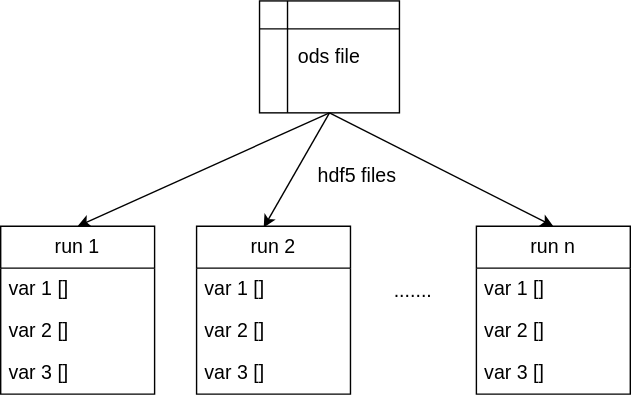
The draw.io diagram doc/assas_data_processing.svg in ke4920/assas_data, before a commit. Source tidied: cells renumbered, new cells last; positions are measured from the earlier drawing's top-left corner, leaving out a move shared by most shapes.
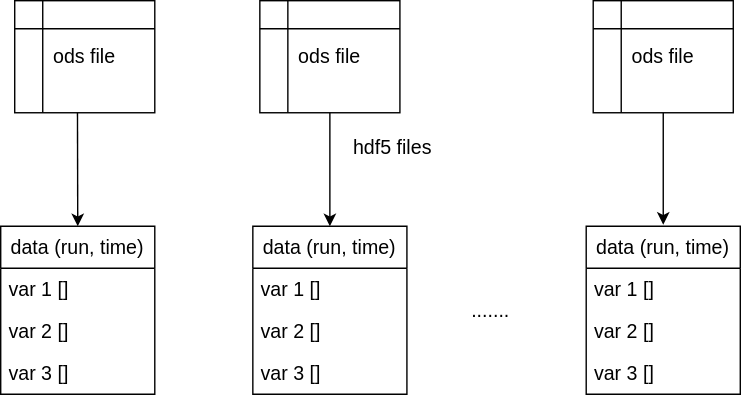
After the change.

Commit message:
added docs for ASTEC data structure

The edit, as a diff of the source:
```diff
@@ -6,18 +6,20 @@
       <mxGeometry x="185" width="100" height="80" as="geometry" />
     </mxCell>
     <mxCell id="3" value="......." style="text;html=1;strokeColor=none;fillColor=none;align=center;verticalAlign=middle;whiteSpace=wrap;rounded=0;fontSize=14;" parent="1" vertex="1">
-      <mxGeometry x="265" y="192" width="60" height="30" as="geometry" />
+      <mxGeometry x="320" y="206" width="60" height="30" as="geometry" />
     </mxCell>
-    <mxCell id="4" style="endArrow=classic;html=1;fontSize=14;exitX=0.5;exitY=1;exitDx=0;exitDy=0;entryX=0.5;entryY=0;entryDx=0;entryDy=0;" parent="1" edge="1" source="2" target="7">
+    <mxCell id="4" style="endArrow=classic;html=1;fontSize=14;exitX=0.448;exitY=0.988;exitDx=0;exitDy=0;entryX=0.5;entryY=0;entryDx=0;entryDy=0;exitPerimeter=0;" parent="1" edge="1" source="20" target="7">
       <mxGeometry relative="1" as="geometry" />
     </mxCell>
-    <mxCell id="5" style="endArrow=classic;html=1;fontSize=14;exitX=0.5;exitY=1;exitDx=0;exitDy=0;entryX=0.436;entryY=0.008;entryDx=0;entryDy=0;entryPerimeter=0;" parent="1" edge="1" source="2" target="11">
+    <mxCell id="5" style="endArrow=classic;html=1;fontSize=14;exitX=0.5;exitY=1;exitDx=0;exitDy=0;entryX=0.5;entryY=0;entryDx=0;entryDy=0;" parent="1" edge="1" source="2" target="11">
       <mxGeometry relative="1" as="geometry" />
     </mxCell>
-    <mxCell id="6" style="endArrow=classic;html=1;fontSize=14;exitX=0.5;exitY=1;exitDx=0;exitDy=0;entryX=0.5;entryY=0;entryDx=0;entryDy=0;" parent="1" edge="1" source="2" target="16">
-      <mxGeometry relative="1" as="geometry" />
+    <mxCell id="6" style="endArrow=classic;html=1;fontSize=14;exitX=0.5;exitY=1;exitDx=0;exitDy=0;" parent="1" edge="1" source="21">
+      <mxGeometry relative="1" as="geometry">
+        <mxPoint x="473" y="160" as="targetPoint" />
+      </mxGeometry>
     </mxCell>
-    <mxCell id="7" value="run 1" style="swimlane;fontStyle=0;horizontal=1;startSize=30;whiteSpace=wrap;html=1;fontSize=14;" parent="1" vertex="1">
+    <mxCell id="7" value="data (run, time)" style="swimlane;fontStyle=0;horizontal=1;startSize=30;whiteSpace=wrap;html=1;fontSize=14;" parent="1" vertex="1">
       <mxGeometry y="161" width="110" height="120" as="geometry" />
     </mxCell>
     <mxCell id="8" value="var 1 []" style="text;strokeColor=none;fillColor=none;align=left;verticalAlign=middle;spacingLeft=4;spacingRight=4;overflow=hidden;whiteSpace=wrap;html=1;fontSize=14;" parent="7" vertex="1">
@@ -29,8 +31,8 @@
     <mxCell id="10" value="var 3 []" style="text;strokeColor=none;fillColor=none;align=left;verticalAlign=middle;spacingLeft=4;spacingRight=4;overflow=hidden;whiteSpace=wrap;html=1;fontSize=14;" parent="7" vertex="1">
       <mxGeometry y="90" width="110" height="30" as="geometry" />
     </mxCell>
-    <mxCell id="11" value="run 2" style="swimlane;fontStyle=0;horizontal=1;startSize=30;whiteSpace=wrap;html=1;fontSize=14;" parent="1" vertex="1">
-      <mxGeometry x="140" y="161" width="110" height="120" as="geometry" />
+    <mxCell id="11" value="data (run, time)" style="swimlane;fontStyle=0;horizontal=1;startSize=30;whiteSpace=wrap;html=1;fontSize=14;" parent="1" vertex="1">
+      <mxGeometry x="180" y="161" width="110" height="120" as="geometry" />
     </mxCell>
     <mxCell id="12" value="var 1 []" style="text;strokeColor=none;fillColor=none;align=left;verticalAlign=middle;spacingLeft=4;spacingRight=4;overflow=hidden;whiteSpace=wrap;html=1;fontSize=14;" parent="11" vertex="1">
       <mxGeometry y="30" width="110" height="30" as="geometry" />
@@ -42,10 +44,10 @@
       <mxGeometry y="90" width="110" height="30" as="geometry" />
     </mxCell>
     <mxCell id="15" value="hdf5 files" style="text;html=1;strokeColor=none;fillColor=none;align=center;verticalAlign=middle;whiteSpace=wrap;rounded=0;fontSize=14;" parent="1" vertex="1">
-      <mxGeometry x="225" y="110" width="60" height="30" as="geometry" />
+      <mxGeometry x="250" y="90" width="60" height="30" as="geometry" />
     </mxCell>
-    <mxCell id="16" value="run n" style="swimlane;fontStyle=0;horizontal=1;startSize=30;whiteSpace=wrap;html=1;fontSize=14;" parent="1" vertex="1">
-      <mxGeometry x="340" y="161" width="110" height="120" as="geometry" />
+    <mxCell id="16" value="data (run, time)" style="swimlane;fontStyle=0;horizontal=1;startSize=30;whiteSpace=wrap;html=1;fontSize=14;" parent="1" vertex="1">
+      <mxGeometry x="418" y="161" width="110" height="120" as="geometry" />
     </mxCell>
     <mxCell id="17" value="var 1 []" style="text;strokeColor=none;fillColor=none;align=left;verticalAlign=middle;spacingLeft=4;spacingRight=4;overflow=hidden;whiteSpace=wrap;html=1;fontSize=14;" parent="16" vertex="1">
       <mxGeometry y="30" width="110" height="30" as="geometry" />
@@ -56,5 +58,11 @@
     <mxCell id="19" value="var 3 []" style="text;strokeColor=none;fillColor=none;align=left;verticalAlign=middle;spacingLeft=4;spacingRight=4;overflow=hidden;whiteSpace=wrap;html=1;fontSize=14;" parent="16" vertex="1">
       <mxGeometry y="90" width="110" height="30" as="geometry" />
     </mxCell>
+    <mxCell id="20" value="ods&amp;nbsp;file" style="shape=internalStorage;whiteSpace=wrap;html=1;backgroundOutline=1;fontSize=14;" parent="1" vertex="1">
+      <mxGeometry x="10" width="100" height="80" as="geometry" />
+    </mxCell>
+    <mxCell id="21" value="ods&amp;nbsp;file" style="shape=internalStorage;whiteSpace=wrap;html=1;backgroundOutline=1;fontSize=14;" parent="1" vertex="1">
+      <mxGeometry x="423" width="100" height="80" as="geometry" />
+    </mxCell>
   </root>
 </mxGraphModel>
```
